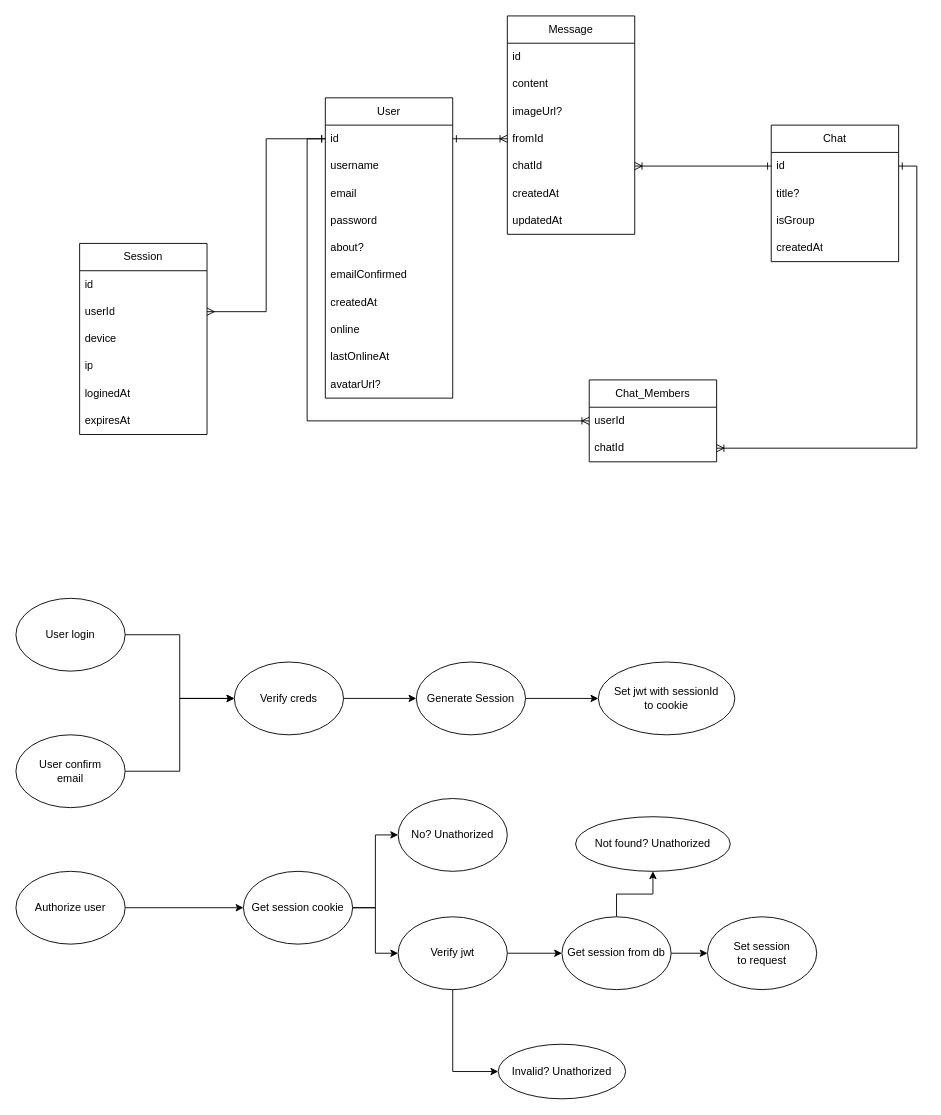
Before: DB_Diagram.drawio in SergeyBogomolovv/grekasgram, a draw.io diagram. Source tidied: cells renumbered, new cells numbered last; positions are measured from the earlier drawing's top-left corner, leaving out a move shared by most shapes. Both pictures are drawn from the tidied source at 91%, with x=0, y=0 at pixel (15, 15).
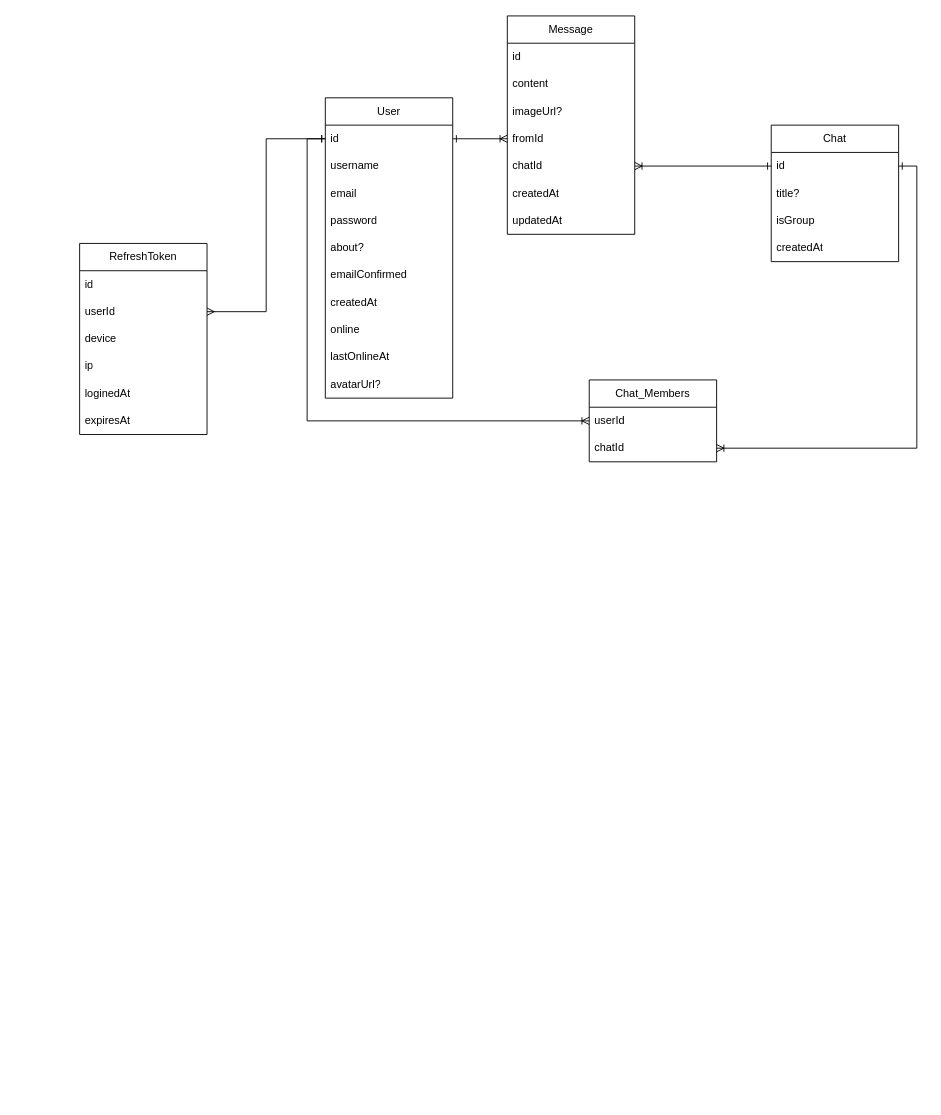
The same diagram, later.

What changed in the source:
```diff
@@
-    <mxCell id="33" value="Session" style="swimlane;fontStyle=0;horizontal=1;startSize=30;whiteSpace=wrap;html=1;" parent="1" vertex="1">
+    <mxCell id="33" value="RefreshToken" style="swimlane;fontStyle=0;horizontal=1;startSize=30;whiteSpace=wrap;html=1;" parent="1" vertex="1">
       <mxGeometry x="70" y="250" width="140" height="210" as="geometry" />
     </mxCell>
@@
-    <mxCell id="41" style="edgeStyle=orthogonalEdgeStyle;rounded=0;jettySize=auto;html=1;exitX=1;exitY=0.5;exitDx=0;exitDy=0;entryX=0;entryY=0.5;entryDx=0;entryDy=0;" parent="1" edge="1" source="42" target="46">
-      <mxGeometry relative="1" as="geometry" />
-    </mxCell>
-    <mxCell id="42" value="User login" style="ellipse;whiteSpace=wrap;html=1;" parent="1" vertex="1">
-      <mxGeometry y="640" width="120" height="80" as="geometry" />
-    </mxCell>
-    <mxCell id="43" style="edgeStyle=orthogonalEdgeStyle;rounded=0;jettySize=auto;html=1;exitX=1;exitY=0.5;exitDx=0;exitDy=0;entryX=0;entryY=0.5;entryDx=0;entryDy=0;" parent="1" edge="1" source="44" target="46">
-      <mxGeometry relative="1" as="geometry" />
-    </mxCell>
-    <mxCell id="44" value="User confirm&lt;br&gt;email" style="ellipse;whiteSpace=wrap;html=1;" parent="1" vertex="1">
-      <mxGeometry y="790" width="120" height="80" as="geometry" />
-    </mxCell>
-    <mxCell id="45" style="edgeStyle=orthogonalEdgeStyle;rounded=0;jettySize=auto;html=1;exitX=1;exitY=0.5;exitDx=0;exitDy=0;entryX=0;entryY=0.5;entryDx=0;entryDy=0;" parent="1" edge="1" source="46" target="48">
-      <mxGeometry relative="1" as="geometry" />
-    </mxCell>
-    <mxCell id="46" value="Verify creds" style="ellipse;whiteSpace=wrap;html=1;" parent="1" vertex="1">
-      <mxGeometry x="240" y="710" width="120" height="80" as="geometry" />
-    </mxCell>
-    <mxCell id="47" style="edgeStyle=orthogonalEdgeStyle;rounded=0;jettySize=auto;html=1;exitX=1;exitY=0.5;exitDx=0;exitDy=0;entryX=0;entryY=0.5;entryDx=0;entryDy=0;" parent="1" edge="1" source="48" target="49">
-      <mxGeometry relative="1" as="geometry" />
-    </mxCell>
-    <mxCell id="48" value="Generate Session" style="ellipse;whiteSpace=wrap;html=1;" parent="1" vertex="1">
-      <mxGeometry x="440" y="710" width="120" height="80" as="geometry" />
-    </mxCell>
-    <mxCell id="49" value="Set jwt with sessionId&lt;br&gt;to cookie" style="ellipse;whiteSpace=wrap;html=1;" parent="1" vertex="1">
-      <mxGeometry x="640" y="710" width="150" height="80" as="geometry" />
-    </mxCell>
-    <mxCell id="50" style="edgeStyle=orthogonalEdgeStyle;rounded=0;jettySize=auto;html=1;exitX=1;exitY=0.5;exitDx=0;exitDy=0;entryX=0;entryY=0.5;entryDx=0;entryDy=0;" parent="1" edge="1" source="51" target="54">
-      <mxGeometry relative="1" as="geometry" />
-    </mxCell>
-    <mxCell id="51" value="Authorize user" style="ellipse;whiteSpace=wrap;html=1;" parent="1" vertex="1">
-      <mxGeometry y="940" width="120" height="80" as="geometry" />
-    </mxCell>
-    <mxCell id="52" style="edgeStyle=orthogonalEdgeStyle;rounded=0;jettySize=auto;html=1;exitX=1;exitY=0.5;exitDx=0;exitDy=0;entryX=0;entryY=0.5;entryDx=0;entryDy=0;" parent="1" edge="1" source="54" target="55">
-      <mxGeometry relative="1" as="geometry" />
-    </mxCell>
-    <mxCell id="53" style="edgeStyle=orthogonalEdgeStyle;rounded=0;jettySize=auto;html=1;exitX=1;exitY=0.5;exitDx=0;exitDy=0;entryX=0;entryY=0.5;entryDx=0;entryDy=0;" parent="1" edge="1" source="54" target="58">
-      <mxGeometry relative="1" as="geometry" />
-    </mxCell>
-    <mxCell id="54" value="Get session cookie" style="ellipse;whiteSpace=wrap;html=1;" parent="1" vertex="1">
-      <mxGeometry x="250" y="940" width="120" height="80" as="geometry" />
-    </mxCell>
-    <mxCell id="55" value="No? Unathorized" style="ellipse;whiteSpace=wrap;html=1;" parent="1" vertex="1">
-      <mxGeometry x="420" y="860" width="120" height="80" as="geometry" />
-    </mxCell>
-    <mxCell id="56" style="edgeStyle=orthogonalEdgeStyle;rounded=0;jettySize=auto;html=1;exitX=1;exitY=0.5;exitDx=0;exitDy=0;entryX=0;entryY=0.5;entryDx=0;entryDy=0;" parent="1" edge="1" source="58" target="61">
-      <mxGeometry relative="1" as="geometry" />
-    </mxCell>
-    <mxCell id="57" style="edgeStyle=orthogonalEdgeStyle;rounded=0;jettySize=auto;html=1;exitX=0.5;exitY=1;exitDx=0;exitDy=0;entryX=0;entryY=0.5;entryDx=0;entryDy=0;" parent="1" edge="1" source="58" target="63">
-      <mxGeometry relative="1" as="geometry" />
-    </mxCell>
-    <mxCell id="58" value="Verify jwt" style="ellipse;whiteSpace=wrap;html=1;" parent="1" vertex="1">
-      <mxGeometry x="420" y="990" width="120" height="80" as="geometry" />
-    </mxCell>
-    <mxCell id="59" style="edgeStyle=orthogonalEdgeStyle;rounded=0;jettySize=auto;html=1;exitX=1;exitY=0.5;exitDx=0;exitDy=0;" parent="1" edge="1" source="61" target="62">
-      <mxGeometry relative="1" as="geometry" />
-    </mxCell>
-    <mxCell id="60" style="edgeStyle=orthogonalEdgeStyle;rounded=0;jettySize=auto;html=1;exitX=0.5;exitY=0;exitDx=0;exitDy=0;entryX=0.5;entryY=1;entryDx=0;entryDy=0;" parent="1" edge="1" source="61" target="64">
-      <mxGeometry relative="1" as="geometry" />
-    </mxCell>
-    <mxCell id="61" value="Get session from db" style="ellipse;whiteSpace=wrap;html=1;" parent="1" vertex="1">
-      <mxGeometry x="600" y="990" width="120" height="80" as="geometry" />
-    </mxCell>
-    <mxCell id="62" value="Set session&lt;br&gt;to request" style="ellipse;whiteSpace=wrap;html=1;" parent="1" vertex="1">
-      <mxGeometry x="760" y="990" width="120" height="80" as="geometry" />
-    </mxCell>
-    <mxCell id="63" value="Invalid? Unathorized" style="ellipse;whiteSpace=wrap;html=1;" parent="1" vertex="1">
-      <mxGeometry x="530" y="1130" width="140" height="60" as="geometry" />
-    </mxCell>
-    <mxCell id="64" value="Not found? Unathorized" style="ellipse;whiteSpace=wrap;html=1;" parent="1" vertex="1">
-      <mxGeometry x="615" y="880" width="170" height="60" as="geometry" />
-    </mxCell>
```
